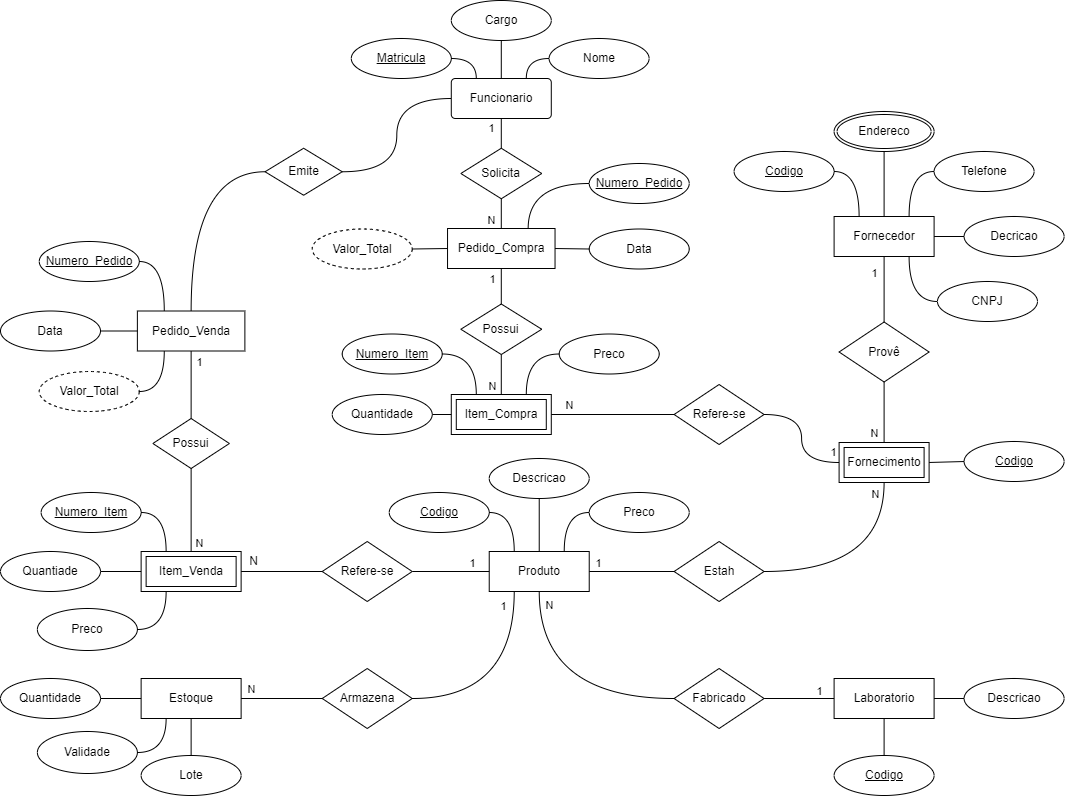
Above: docs/images/modelo-er.png in ICEI-PUCMinas-PSG-SI-TI/psg-si-2025-1-p3-tiapn-6818100-farmacia-popular (draw.io), before the change. Source tidied: cells renumbered, new cells last; positions are measured from the earlier drawing's top-left corner, leaving out a move shared by most shapes.
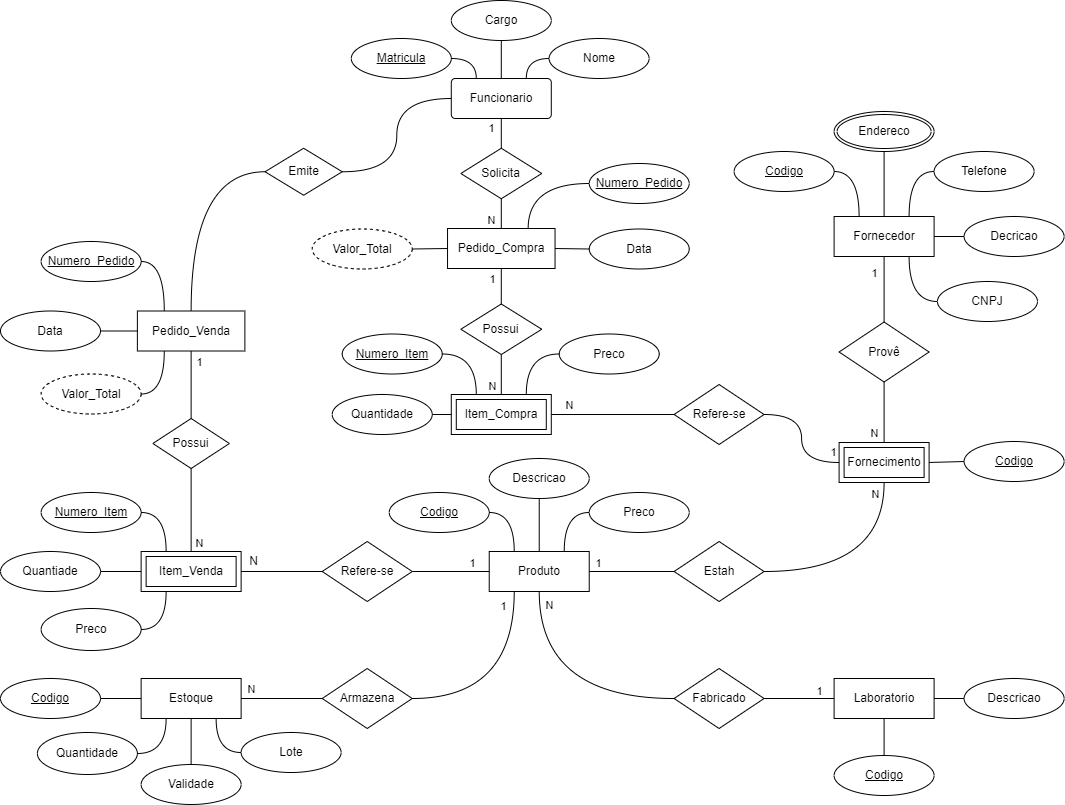
The same file after the commit.

What changed in the source:
```diff
@@ -32,14 +32,14 @@
     <mxCell id="11" value="Estoque" style="whiteSpace=wrap;html=1;align=center;" parent="1" vertex="1">
       <mxGeometry x="140.6" y="678" width="100" height="40" as="geometry" />
     </mxCell>
-    <mxCell id="12" value="&lt;span style=&quot;color: rgb(0, 0, 0);&quot;&gt;Quantidade&lt;/span&gt;" style="ellipse;whiteSpace=wrap;html=1;align=center;" parent="1" vertex="1">
+    <mxCell id="12" value="&lt;span style=&quot;color: rgb(0, 0, 0);&quot;&gt;Codigo&lt;/span&gt;" style="ellipse;whiteSpace=wrap;html=1;align=center;fontStyle=4;" parent="1" vertex="1">
       <mxGeometry y="678" width="100" height="40" as="geometry" />
     </mxCell>
     <mxCell id="13" value="Pedido_Venda" style="whiteSpace=wrap;html=1;align=center;" parent="1" vertex="1">
       <mxGeometry x="136.9" y="310.5" width="107.5" height="40" as="geometry" />
     </mxCell>
     <mxCell id="14" value="Valor_Total" style="ellipse;whiteSpace=wrap;html=1;align=center;dashed=1;" parent="1" vertex="1">
-      <mxGeometry x="38.8" y="371" width="100" height="40" as="geometry" />
+      <mxGeometry x="40.6" y="373.5" width="100" height="40" as="geometry" />
     </mxCell>
     <mxCell id="15" style="endArrow=none;html=1;rounded=0;entryX=1;entryY=0.5;entryDx=0;entryDy=0;exitX=0.25;exitY=1;exitDx=0;exitDy=0;edgeStyle=orthogonalEdgeStyle;curved=1;" parent="1" edge="1" source="13" target="14">
       <mxGeometry relative="1" as="geometry" />
@@ -54,7 +54,7 @@
       <mxGeometry y="310.5" width="100" height="40" as="geometry" />
     </mxCell>
     <mxCell id="19" value="Numero_Pedido" style="ellipse;whiteSpace=wrap;html=1;align=center;fontStyle=4;" parent="1" vertex="1">
-      <mxGeometry x="38.8" y="241" width="100" height="40" as="geometry" />
+      <mxGeometry x="40.6" y="241" width="100" height="40" as="geometry" />
     </mxCell>
     <mxCell id="20" value="Possui" style="shape=rhombus;perimeter=rhombusPerimeter;whiteSpace=wrap;html=1;align=center;" parent="1" vertex="1">
       <mxGeometry x="152.4" y="418" width="76.6" height="50" as="geometry" />
@@ -85,7 +85,7 @@
       </mxGeometry>
     </mxCell>
     <mxCell id="28" value="Preco" style="ellipse;whiteSpace=wrap;html=1;align=center;" parent="1" vertex="1">
-      <mxGeometry x="36.9" y="608" width="100" height="42" as="geometry" />
+      <mxGeometry x="40.6" y="608" width="100" height="42" as="geometry" />
     </mxCell>
     <mxCell id="29" value="Fornecedor" style="whiteSpace=wrap;html=1;align=center;" parent="1" vertex="1">
       <mxGeometry x="833.6" y="216" width="100" height="40" as="geometry" />
@@ -371,8 +371,8 @@
         <mxPoint x="-1" y="-10" as="offset" />
       </mxGeometry>
     </mxCell>
-    <mxCell id="113" value="&lt;span style=&quot;color: rgb(0, 0, 0);&quot;&gt;Lote&lt;/span&gt;" style="ellipse;whiteSpace=wrap;html=1;align=center;" parent="1" vertex="1">
-      <mxGeometry x="140.6" y="755" width="100" height="40" as="geometry" />
+    <mxCell id="113" value="&lt;span style=&quot;color: rgb(0, 0, 0);&quot;&gt;Validade&lt;/span&gt;" style="ellipse;whiteSpace=wrap;html=1;align=center;" parent="1" vertex="1">
+      <mxGeometry x="140.6" y="764" width="100" height="40" as="geometry" />
     </mxCell>
     <mxCell id="114" style="endArrow=none;html=1;rounded=0;exitX=1;exitY=0.5;exitDx=0;exitDy=0;entryX=0;entryY=0.5;entryDx=0;entryDy=0;" parent="1" edge="1" source="24" target="25">
       <mxGeometry relative="1" as="geometry" />
@@ -380,11 +380,17 @@
     <mxCell id="115" style="endArrow=none;html=1;rounded=0;entryX=0.5;entryY=0;entryDx=0;entryDy=0;exitX=0.5;exitY=1;exitDx=0;exitDy=0;" parent="1" edge="1" source="11" target="113">
       <mxGeometry relative="1" as="geometry" />
     </mxCell>
-    <mxCell id="116" value="Validade" style="ellipse;whiteSpace=wrap;html=1;align=center;" parent="1" vertex="1">
-      <mxGeometry x="36.9" y="731" width="100" height="42" as="geometry" />
+    <mxCell id="116" value="Quantidade" style="ellipse;whiteSpace=wrap;html=1;align=center;" parent="1" vertex="1">
+      <mxGeometry x="36.9" y="732" width="100" height="42" as="geometry" />
     </mxCell>
     <mxCell id="117" style="endArrow=none;html=1;rounded=0;exitX=1;exitY=0.5;exitDx=0;exitDy=0;entryX=0.25;entryY=1;entryDx=0;entryDy=0;edgeStyle=orthogonalEdgeStyle;curved=1;" parent="1" edge="1" source="116" target="11">
       <mxGeometry relative="1" as="geometry" />
     </mxCell>
+    <mxCell id="118" value="Lote" style="ellipse;whiteSpace=wrap;html=1;align=center;" parent="1" vertex="1">
+      <mxGeometry x="240.6" y="732" width="100" height="40" as="geometry" />
+    </mxCell>
+    <mxCell id="119" style="endArrow=none;html=1;rounded=0;entryX=0;entryY=0.5;entryDx=0;entryDy=0;exitX=0.75;exitY=1;exitDx=0;exitDy=0;edgeStyle=orthogonalEdgeStyle;curved=1;" parent="1" edge="1" source="11" target="118">
+      <mxGeometry relative="1" as="geometry" />
+    </mxCell>
   </root>
 </mxGraphModel>
```
